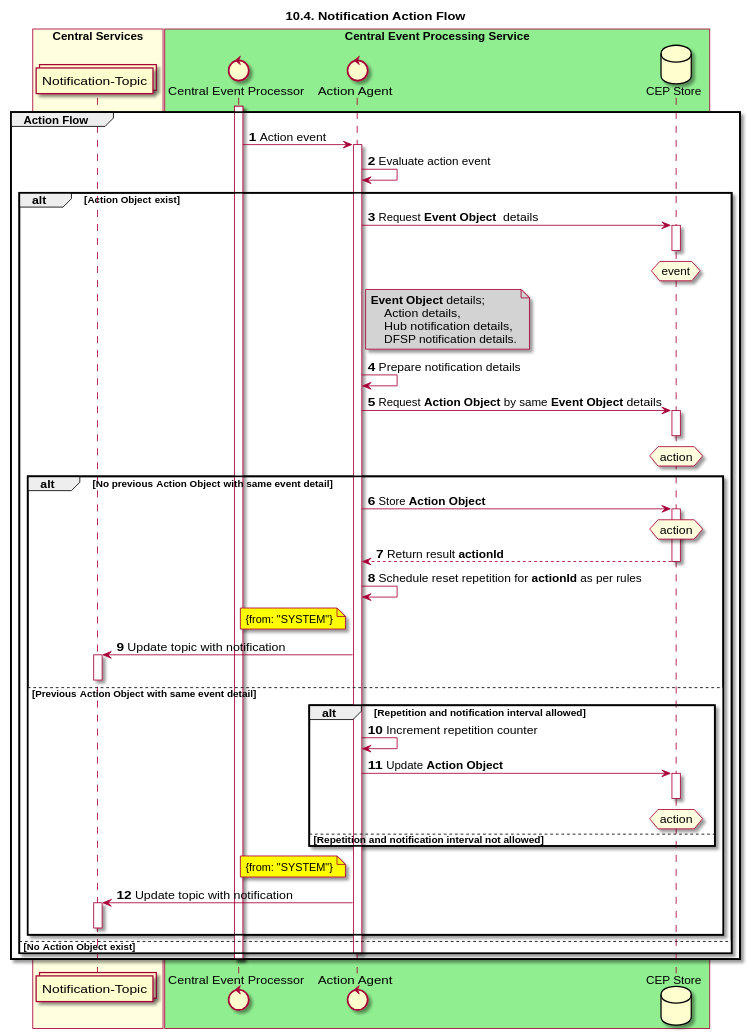
mojaloop/central-event-processor keeps this PlantUML diagram as docs/sequenceDiagrams/seq-cep-10.5-scheduler-flow.svg. Above is the earlier version.
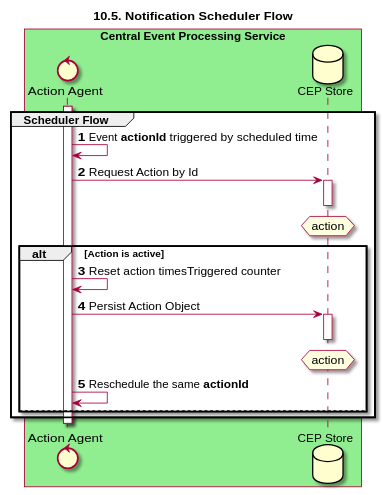
The same diagram one commit later.

Commit message:
Updated REAME.md to point to sequence diagrams.

Change to the diagram source:
```diff
@@ -1,85 +1,37 @@
 @startuml
-title 10.4. Notification Action Flow
+title 10.5. Notification Scheduler Flow
 autonumber
 
-collections "Notification-Topic" as topicNotify
-control "Central Event Processor" as CEP
 control "Action Agent" as AA
 database "CEP Store" as DB
 
 box "Central Services" #LightYellow
-participant topicNotify
 end box
 box "Central Event Processing Service" #LightGreen
-participant CEP
 participant AA
 participant DB
 end box
 
-Group Action Flow
-    activate CEP
-    CEP -> AA: Action event
+Group Scheduler Flow
     activate AA
-    AA -> AA: Evaluate action event
-
-    alt **Action Object** exist
-        AA -> DB: Request **Event Object**  details
-        activate DB
-        deactivate DB
-        hnote over DB #LightYellow
-            event
-        end hnote
-        note right of AA #LightGrey
-            **Event Object** details;
-                Action details,
-                Hub notification details,
-                DFSP notification details.
-        end note
-        AA -> AA: Prepare notification details
-        AA -> DB: Request **Action Object** by same **Event Object** details
-        activate DB
-        deactivate DB
-        hnote over DB #LightYellow
-            action
-        end hnote
-
-        alt No previous **Action Object** with same event detail
-            AA -> DB: Store **Action Object**
-            activate DB
-            hnote over DB #LightYellow
-                action
-            end hnote
-            AA <-- DB: Return result **actionId**
-            deactivate DB
-            AA -> AA: Schedule reset repetition for **actionId** as per rules
-            note left of AA #yellow
-                {from: "SYSTEM"}
-            end note
-            topicNotify <- AA: Update topic with notification
-            activate topicNotify
-            deactivate topicNotify
-        else Previous **Action Object** with same event detail
-
-            alt Repetition and notification interval allowed
-                AA -> AA: Increment repetition counter
-                AA -> DB: Update **Action Object**
-                activate DB
-                hnote over DB #LightYellow
-                    action
-                end hnote
-                deactivate DB
-            else Repetition and notification interval not allowed
-            end
-            note left of AA #yellow
-                {from: "SYSTEM"}
-            end note
-            topicNotify <- AA: Update topic with notification
-            activate topicNotify
-            deactivate topicNotify
-        end
-    else No **Action Object** exist
+    AA -> AA: Event **actionId** triggered by scheduled time
+    AA -> DB: Request Action by Id
+    hnote over DB #LightYellow
+        action
+    end note
+    activate DB
+    deactivate DB
+    alt Action is active
+    AA -> AA: Reset action timesTriggered counter
+    AA -> DB: Persist Action Object
+    hnote over DB #LightYellow
+        action
+    end note
+    activate DB
+    deactivate DB
+    AA -> AA: Reschedule the same **actionId**
+    else
+    end
+end
     deactivate AA
-    end
-    deactivate CEP
-end
 @enduml
```
